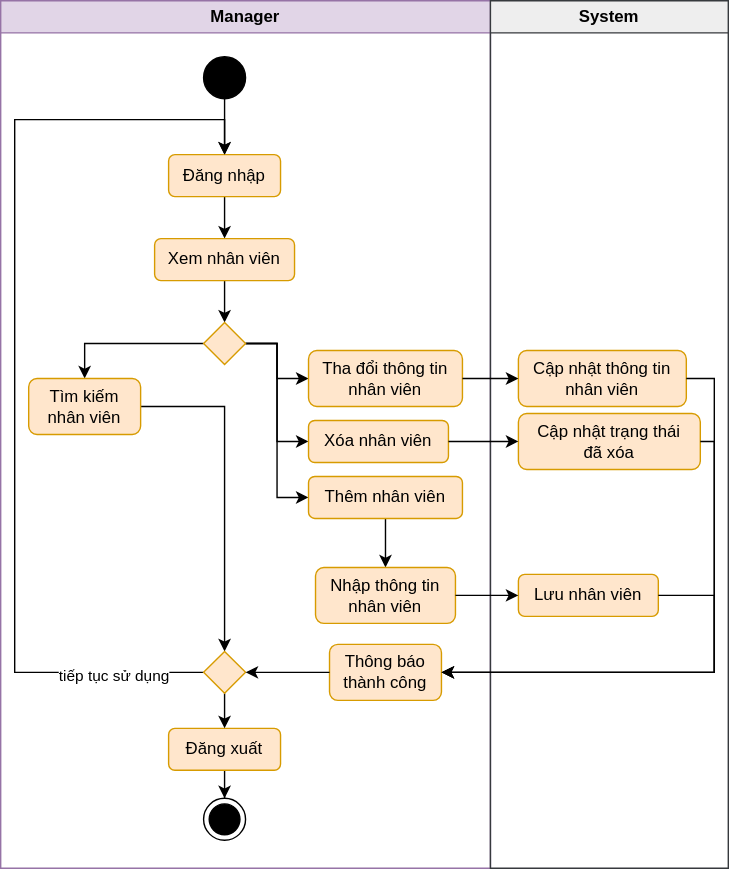
This is docs/attachments/quy-trinh-quan-ly-nhan-vien.svg from tozydev/virgo-14, a draw.io export, as it was before one commit. Source tidied: cells renumbered, new cells last; positions are measured from the earlier drawing's top-left corner, leaving out a move shared by most shapes.
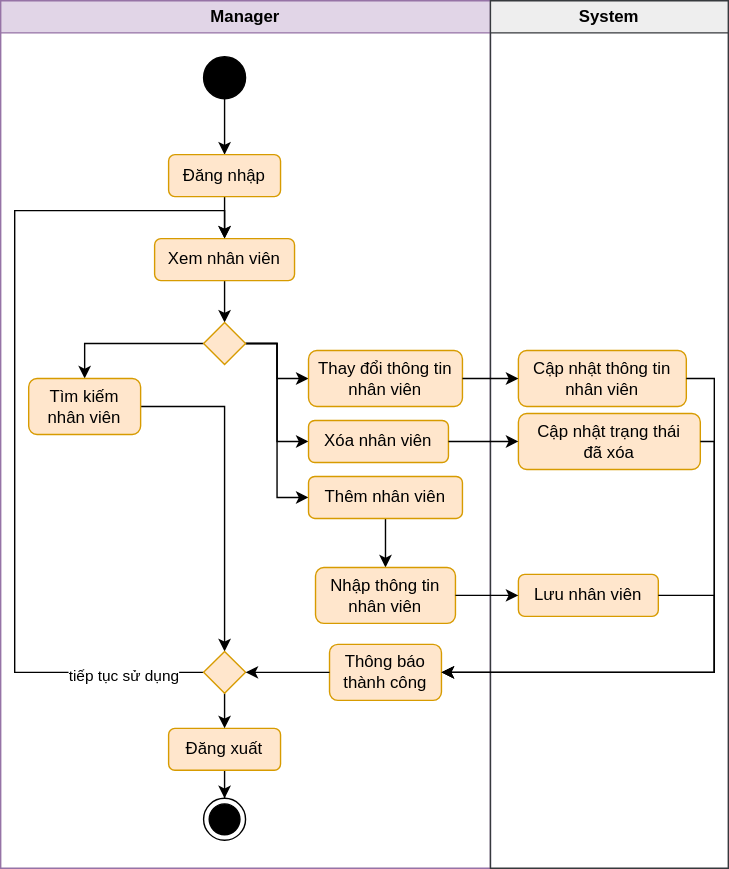
After the commit.

Commit message:
docs: fix diagram typo

What changed in the source:
```diff
@@ -53,7 +53,7 @@
     <mxCell id="18" value="Tìm kiếm&lt;div&gt;nhân viên&lt;/div&gt;" style="rounded=1;whiteSpace=wrap;html=1;fillColor=#ffe6cc;strokeColor=#d79b00;" parent="2" vertex="1">
       <mxGeometry x="20" y="270" width="80" height="40" as="geometry" />
     </mxCell>
-    <mxCell id="19" value="Tha đổi thông tin&lt;div&gt;nhân viên&lt;/div&gt;" style="rounded=1;whiteSpace=wrap;html=1;fillColor=#ffe6cc;strokeColor=#d79b00;" parent="2" vertex="1">
+    <mxCell id="19" value="Thay đổi thông tin&lt;div&gt;nhân viên&lt;/div&gt;" style="rounded=1;whiteSpace=wrap;html=1;fillColor=#ffe6cc;strokeColor=#d79b00;" parent="2" vertex="1">
       <mxGeometry x="220" y="250" width="110" height="40" as="geometry" />
     </mxCell>
     <mxCell id="20" value="Xóa nhân viên" style="rounded=1;whiteSpace=wrap;html=1;fillColor=#ffe6cc;strokeColor=#d79b00;" parent="2" vertex="1">
@@ -65,12 +65,12 @@
     <mxCell id="22" value="Đăng xuất" style="rounded=1;whiteSpace=wrap;html=1;fillColor=#ffe6cc;strokeColor=#d79b00;" parent="2" vertex="1">
       <mxGeometry x="120" y="520" width="80" height="30" as="geometry" />
     </mxCell>
-    <mxCell id="23" style="edgeStyle=orthogonalEdgeStyle;rounded=0;jettySize=auto;html=1;entryX=0.5;entryY=0;entryDx=0;entryDy=0;exitX=0;exitY=0.5;exitDx=0;exitDy=0;" parent="2" edge="1" source="26" target="6">
+    <mxCell id="23" style="edgeStyle=orthogonalEdgeStyle;rounded=0;jettySize=auto;html=1;entryX=0.5;entryY=0;entryDx=0;entryDy=0;exitX=0;exitY=0.5;exitDx=0;exitDy=0;" parent="2" edge="1" source="26" target="8">
       <mxGeometry relative="1" as="geometry">
         <Array as="points">
           <mxPoint x="10" y="480" />
-          <mxPoint x="10" y="85" />
-          <mxPoint x="160" y="85" />
+          <mxPoint x="10" y="150" />
+          <mxPoint x="160" y="150" />
         </Array>
       </mxGeometry>
     </mxCell>
```
